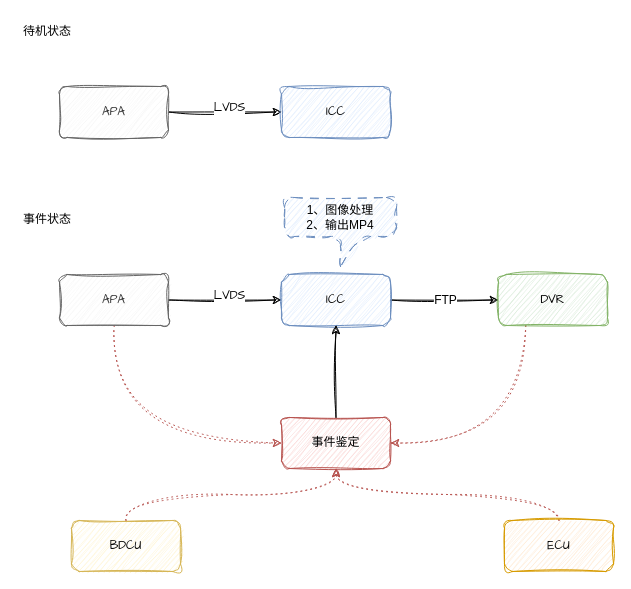
Earlier version of the draw.io diagram 哨兵模式.drawio (TryLoveCatch/charts). Source tidied: cells renumbered, new cells numbered last; positions are measured from the earlier drawing's top-left corner, leaving out a move shared by most shapes. Both pictures are drawn from the tidied source at 100%, with x=0, y=0 at pixel (17, 17).
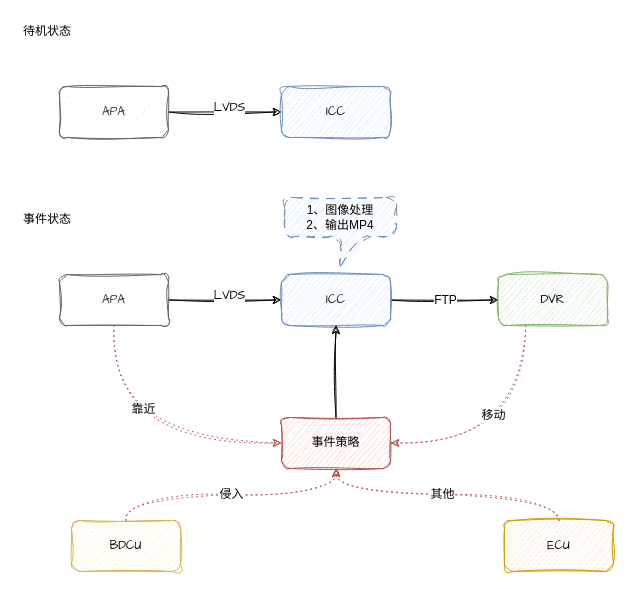
The same page after the edit.

Commit message (it also covers changes not shown here):
更新哨兵模式.drawio

The change refers to these unchanged cells:
```xml
<mxCell id="10" style="edgeStyle=orthogonalEdgeStyle;shape=connector;curved=1;rounded=1;sketch=1;jiggle=2;curveFitting=1;jettySize=auto;html=1;exitX=0.5;exitY=1;exitDx=0;exitDy=0;entryX=0;entryY=0.5;entryDx=0;entryDy=0;labelBackgroundColor=default;strokeColor=#b85450;fontFamily=Helvetica;fontSize=12;fontColor=default;endArrow=classic;dashed=1;dashPattern=1 4;fillColor=#f8cecc;" parent="1" edge="1" source="11" target="16">
  <mxGeometry relative="1" as="geometry" />
</mxCell>
<mxCell id="17" style="edgeStyle=orthogonalEdgeStyle;shape=connector;sketch=1;jiggle=2;curveFitting=1;jettySize=auto;html=1;exitX=0.25;exitY=1;exitDx=0;exitDy=0;entryX=1;entryY=0.5;entryDx=0;entryDy=0;labelBackgroundColor=default;strokeColor=#b85450;fontFamily=Helvetica;fontSize=12;fontColor=default;endArrow=classic;curved=1;dashed=1;fillColor=#f8cecc;dashPattern=1 4;" parent="1" edge="1" source="18" target="16">
  <mxGeometry relative="1" as="geometry" />
</mxCell>
<mxCell id="21" value="BDCU" style="rounded=1;whiteSpace=wrap;html=1;sketch=1;curveFitting=1;jiggle=2;fillColor=#fff2cc;strokeColor=#d6b656;fontFamily=Comic Sans MS;" parent="1" vertex="1">
  <mxGeometry x="54" y="503" width="109" height="51" as="geometry" />
</mxCell>
<mxCell id="22" style="edgeStyle=orthogonalEdgeStyle;shape=connector;curved=1;rounded=1;sketch=1;jiggle=2;curveFitting=1;jettySize=auto;html=1;exitX=0.5;exitY=0;exitDx=0;exitDy=0;entryX=0.5;entryY=1;entryDx=0;entryDy=0;labelBackgroundColor=default;strokeColor=#b85450;fontFamily=Helvetica;fontSize=12;fontColor=default;endArrow=classic;dashed=1;dashPattern=1 4;fillColor=#f8cecc;" parent="1" edge="1" source="23" target="16">
  <mxGeometry relative="1" as="geometry" />
</mxCell>
```

Diff of the diagram source:
```diff
@@
+    <mxCell id="24" value="靠近" style="edgeLabel;html=1;align=center;verticalAlign=middle;fontSize=12;fontFamily=Helvetica;fontColor=default;" parent="10" vertex="1">
+      <mxGeometry x="-0.42" y="29" relative="1" as="geometry" />
+    </mxCell>
@@
-    <mxCell id="16" value="事件鉴定" style="rounded=1;whiteSpace=wrap;html=1;sketch=1;curveFitting=1;jiggle=2;fillColor=#f8cecc;strokeColor=#b85450;fontFamily=Comic Sans MS;" parent="1" vertex="1">
+    <mxCell id="16" value="事件策略" style="rounded=1;whiteSpace=wrap;html=1;sketch=1;curveFitting=1;jiggle=2;fillColor=#f8cecc;strokeColor=#b85450;fontFamily=Comic Sans MS;" parent="1" vertex="1">
       <mxGeometry x="264" y="400" width="109" height="51" as="geometry" />
     </mxCell>
@@
+    <mxCell id="25" value="移动" style="edgeLabel;html=1;align=center;verticalAlign=middle;fontSize=12;fontFamily=Helvetica;fontColor=default;" parent="17" vertex="1">
+      <mxGeometry x="0.19" y="-29" relative="1" as="geometry">
+        <mxPoint y="1" as="offset" />
+      </mxGeometry>
+    </mxCell>
@@
-    <mxCell id="20" style="edgeStyle=orthogonalEdgeStyle;shape=connector;curved=1;rounded=1;sketch=1;jiggle=2;curveFitting=1;jettySize=auto;html=1;exitX=0.5;exitY=0;exitDx=0;exitDy=0;entryX=0.5;entryY=1;entryDx=0;entryDy=0;labelBackgroundColor=default;strokeColor=#b85450;fontFamily=Helvetica;fontSize=12;fontColor=default;endArrow=classic;fillColor=#f8cecc;dashed=1;dashPattern=1 4;" parent="1" edge="1" source="21" target="16">
+    <mxCell id="20" value="侵入" style="edgeStyle=orthogonalEdgeStyle;shape=connector;curved=1;rounded=1;sketch=1;jiggle=2;curveFitting=1;jettySize=auto;html=1;exitX=0.5;exitY=0;exitDx=0;exitDy=0;entryX=0.5;entryY=1;entryDx=0;entryDy=0;labelBackgroundColor=default;strokeColor=#b85450;fontFamily=Helvetica;fontSize=12;fontColor=default;endArrow=classic;fillColor=#f8cecc;dashed=1;dashPattern=1 4;" parent="1" edge="1" source="21" target="16">
       <mxGeometry relative="1" as="geometry" />
     </mxCell>
@@
+    <mxCell id="26" value="其他" style="edgeLabel;html=1;align=center;verticalAlign=middle;fontSize=12;fontFamily=Helvetica;fontColor=default;" parent="22" vertex="1">
+      <mxGeometry x="0.04" y="-1" relative="1" as="geometry" />
+    </mxCell>
```
